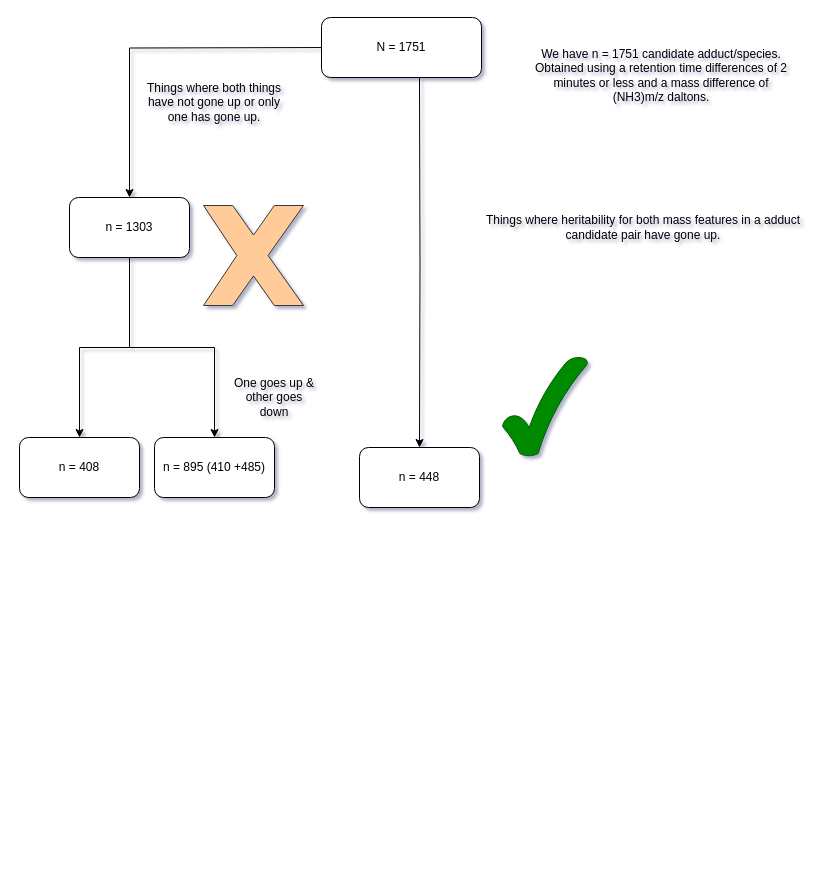
RijanHasTwoEars7/draw_io_illustrations keeps this draw.io diagram as adduct_binning_decision_tree.drawio. Above is the earlier version. Source tidied: cells renumbered, new cells numbered last; positions are measured from the earlier drawing's top-left corner, leaving out a move shared by most shapes. Both pictures are drawn from the tidied source at 100%, with x=0, y=0 at pixel (19, 17).
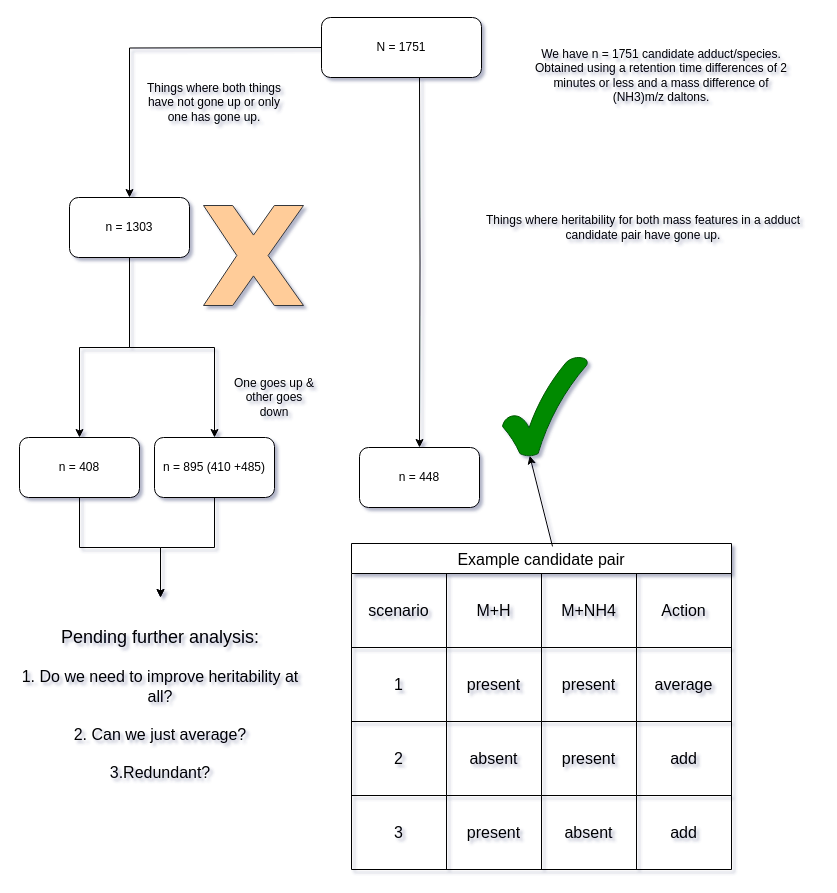
The same diagram, later.

Unchanged cells that the change refers to:
```xml
<mxCell id="12" value="n = 895 (410 +485)" style="whiteSpace=wrap;html=1;rounded=1;" parent="1" vertex="1">
  <mxGeometry x="135" y="420" width="120" height="60" as="geometry" />
</mxCell>
<mxCell id="13" value="n = 408" style="whiteSpace=wrap;html=1;rounded=1;" parent="1" vertex="1">
  <mxGeometry y="420" width="120" height="60" as="geometry" />
</mxCell>
<mxCell id="16" style="verticalLabelPosition=bottom;verticalAlign=top;html=1;shape=mxgraph.basic.tick;fillColor=#008a00;strokeColor=#005700;fontColor=#ffffff;" parent="1" vertex="1">
  <mxGeometry x="483" y="339" width="85" height="100" as="geometry" />
</mxCell>
```

Diff of the diagram source:
```diff
@@
+    <mxCell id="17" style="edgeStyle=orthogonalEdgeStyle;rounded=0;jettySize=auto;html=1;" parent="1" edge="1" source="12" target="40">
+      <mxGeometry relative="1" as="geometry" />
+    </mxCell>
@@
+    <mxCell id="18" style="edgeStyle=orthogonalEdgeStyle;rounded=0;jettySize=auto;html=1;" parent="1" edge="1" source="13" target="40">
+      <mxGeometry relative="1" as="geometry" />
+    </mxCell>
@@
+    <mxCell id="19" value="Example candidate pair" style="shape=table;startSize=30;childLayout=tableLayout;strokeColor=default;fontSize=16;" parent="1" vertex="1">
+      <mxGeometry x="332" y="526" width="380" height="326" as="geometry" />
+    </mxCell>
+    <mxCell id="20" style="shape=tableRow;horizontal=0;startSize=0;swimlaneHead=0;swimlaneBody=0;strokeColor=inherit;top=0;left=0;bottom=0;right=0;fillColor=none;fontSize=16;" parent="19" vertex="1">
+      <mxGeometry y="30" width="380" height="74" as="geometry" />
+    </mxCell>
+    <mxCell id="21" value="scenario" style="shape=partialRectangle;html=1;whiteSpace=wrap;strokeColor=inherit;overflow=hidden;fillColor=none;top=0;left=0;bottom=0;right=0;fontSize=16;" parent="20" vertex="1">
+      <mxGeometry width="95" height="74" as="geometry" />
+    </mxCell>
+    <mxCell id="22" value="M+H" style="shape=partialRectangle;html=1;whiteSpace=wrap;strokeColor=inherit;overflow=hidden;fillColor=none;top=0;left=0;bottom=0;right=0;fontSize=16;" parent="20" vertex="1">
+      <mxGeometry x="95" width="95" height="74" as="geometry" />
+    </mxCell>
+    <mxCell id="23" value="M+NH4" style="shape=partialRectangle;html=1;whiteSpace=wrap;strokeColor=inherit;overflow=hidden;fillColor=none;top=0;left=0;bottom=0;right=0;fontSize=16;" parent="20" vertex="1">
+      <mxGeometry x="190" width="95" height="74" as="geometry" />
+    </mxCell>
+    <mxCell id="24" value="Action" style="shape=partialRectangle;html=1;whiteSpace=wrap;strokeColor=inherit;overflow=hidden;fillColor=none;top=0;left=0;bottom=0;right=0;fontSize=16;" parent="20" vertex="1">
+      <mxGeometry x="285" width="95" height="74" as="geometry" />
+    </mxCell>
+    <mxCell id="25" style="shape=tableRow;horizontal=0;startSize=0;swimlaneHead=0;swimlaneBody=0;strokeColor=inherit;top=0;left=0;bottom=0;right=0;fillColor=none;fontSize=16;" parent="19" vertex="1">
+      <mxGeometry y="104" width="380" height="74" as="geometry" />
+    </mxCell>
+    <mxCell id="26" value="1" style="shape=partialRectangle;html=1;whiteSpace=wrap;strokeColor=inherit;overflow=hidden;fillColor=none;top=0;left=0;bottom=0;right=0;fontSize=16;" parent="25" vertex="1">
+      <mxGeometry width="95" height="74" as="geometry" />
+    </mxCell>
+    <mxCell id="27" value="present" style="shape=partialRectangle;html=1;whiteSpace=wrap;strokeColor=inherit;overflow=hidden;fillColor=none;top=0;left=0;bottom=0;right=0;fontSize=16;" parent="25" vertex="1">
+      <mxGeometry x="95" width="95" height="74" as="geometry" />
+    </mxCell>
+    <mxCell id="28" value="present" style="shape=partialRectangle;html=1;whiteSpace=wrap;strokeColor=inherit;overflow=hidden;fillColor=none;top=0;left=0;bottom=0;right=0;fontSize=16;" parent="25" vertex="1">
+      <mxGeometry x="190" width="95" height="74" as="geometry" />
+    </mxCell>
+    <mxCell id="29" value="average" style="shape=partialRectangle;html=1;whiteSpace=wrap;strokeColor=inherit;overflow=hidden;fillColor=none;top=0;left=0;bottom=0;right=0;fontSize=16;" parent="25" vertex="1">
+      <mxGeometry x="285" width="95" height="74" as="geometry" />
+    </mxCell>
+    <mxCell id="30" style="shape=tableRow;horizontal=0;startSize=0;swimlaneHead=0;swimlaneBody=0;strokeColor=inherit;top=0;left=0;bottom=0;right=0;fillColor=none;fontSize=16;" parent="19" vertex="1">
+      <mxGeometry y="178" width="380" height="74" as="geometry" />
+    </mxCell>
+    <mxCell id="31" value="2" style="shape=partialRectangle;html=1;whiteSpace=wrap;strokeColor=inherit;overflow=hidden;fillColor=none;top=0;left=0;bottom=0;right=0;fontSize=16;" parent="30" vertex="1">
+      <mxGeometry width="95" height="74" as="geometry" />
+    </mxCell>
+    <mxCell id="32" value="absent" style="shape=partialRectangle;html=1;whiteSpace=wrap;strokeColor=inherit;overflow=hidden;fillColor=none;top=0;left=0;bottom=0;right=0;fontSize=16;" parent="30" vertex="1">
+      <mxGeometry x="95" width="95" height="74" as="geometry" />
+    </mxCell>
+    <mxCell id="33" value="present" style="shape=partialRectangle;html=1;whiteSpace=wrap;strokeColor=inherit;overflow=hidden;fillColor=none;top=0;left=0;bottom=0;right=0;fontSize=16;" parent="30" vertex="1">
+      <mxGeometry x="190" width="95" height="74" as="geometry" />
+    </mxCell>
+    <mxCell id="34" value="add" style="shape=partialRectangle;html=1;whiteSpace=wrap;strokeColor=inherit;overflow=hidden;fillColor=none;top=0;left=0;bottom=0;right=0;fontSize=16;" parent="30" vertex="1">
+      <mxGeometry x="285" width="95" height="74" as="geometry" />
+    </mxCell>
+    <mxCell id="35" style="shape=tableRow;horizontal=0;startSize=0;swimlaneHead=0;swimlaneBody=0;strokeColor=inherit;top=0;left=0;bottom=0;right=0;fillColor=none;fontSize=16;" parent="19" vertex="1">
+      <mxGeometry y="252" width="380" height="74" as="geometry" />
+    </mxCell>
+    <mxCell id="36" value="3" style="shape=partialRectangle;html=1;whiteSpace=wrap;strokeColor=inherit;overflow=hidden;fillColor=none;top=0;left=0;bottom=0;right=0;fontSize=16;" parent="35" vertex="1">
+      <mxGeometry width="95" height="74" as="geometry" />
+    </mxCell>
+    <mxCell id="37" value="present" style="shape=partialRectangle;html=1;whiteSpace=wrap;strokeColor=inherit;overflow=hidden;fillColor=none;top=0;left=0;bottom=0;right=0;fontSize=16;" parent="35" vertex="1">
+      <mxGeometry x="95" width="95" height="74" as="geometry" />
+    </mxCell>
+    <mxCell id="38" value="absent" style="shape=partialRectangle;html=1;whiteSpace=wrap;strokeColor=inherit;overflow=hidden;fillColor=none;top=0;left=0;bottom=0;right=0;fontSize=16;" parent="35" vertex="1">
+      <mxGeometry x="190" width="95" height="74" as="geometry" />
+    </mxCell>
+    <mxCell id="39" value="add" style="shape=partialRectangle;html=1;whiteSpace=wrap;strokeColor=inherit;overflow=hidden;fillColor=none;top=0;left=0;bottom=0;right=0;fontSize=16;" parent="35" vertex="1">
+      <mxGeometry x="285" width="95" height="74" as="geometry" />
+    </mxCell>
+    <mxCell id="40" value="&lt;div&gt;&lt;font style=&quot;font-size: 18px;&quot;&gt;Pending further analysis:&lt;/font&gt;&lt;/div&gt;&lt;div&gt;&lt;font size=&quot;3&quot;&gt;&lt;br&gt;&lt;/font&gt;&lt;/div&gt;&lt;div&gt;&lt;font size=&quot;3&quot;&gt;1. Do we need to improve heritability at all?&lt;br&gt;&lt;/font&gt;&lt;/div&gt;&lt;div&gt;&lt;font size=&quot;3&quot;&gt;&lt;br&gt;&lt;/font&gt;&lt;/div&gt;&lt;div&gt;&lt;font size=&quot;3&quot;&gt;2. Can we just average?&lt;/font&gt;&lt;/div&gt;&lt;div&gt;&lt;font size=&quot;3&quot;&gt;&lt;br&gt;&lt;/font&gt;&lt;/div&gt;&lt;div&gt;&lt;font size=&quot;3&quot;&gt;3.Redundant?&lt;br&gt;&lt;/font&gt;&lt;/div&gt;" style="text;html=1;strokeColor=none;fillColor=none;align=center;verticalAlign=middle;whiteSpace=wrap;rounded=0;" parent="1" vertex="1">
+      <mxGeometry x="-2" y="580" width="286" height="214" as="geometry" />
+    </mxCell>
+    <mxCell id="41" style="endArrow=classic;html=1;rounded=0;exitX=0.529;exitY=0.009;exitDx=0;exitDy=0;exitPerimeter=0;entryX=0.32;entryY=0.992;entryDx=0;entryDy=0;entryPerimeter=0;" parent="1" edge="1" source="19" target="16">
+      <mxGeometry relative="1" as="geometry" />
+    </mxCell>
```
